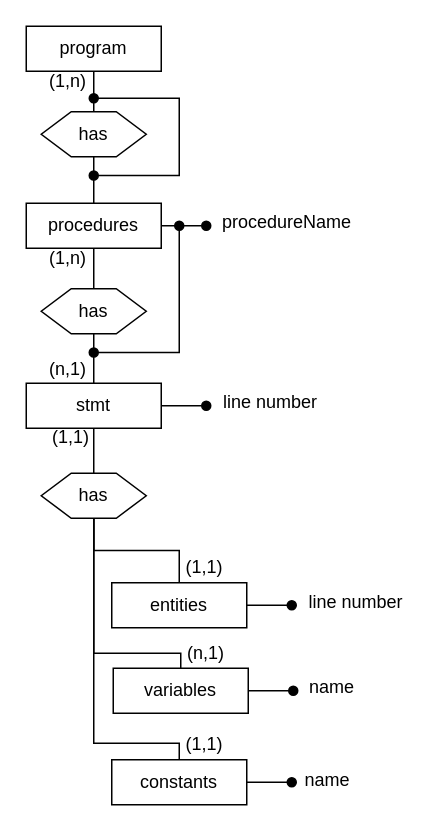
Release-the-Baby/Rtba2014 keeps this draw.io diagram as page "DBdesign" (7 of 7) of drawings/TopDesign.drawio. Above is the earlier version. Source tidied: cells renumbered, new cells numbered last; positions are measured from the earlier drawing's top-left corner, leaving out a move shared by most shapes. Both pictures are drawn from the tidied source at 150%, with x=0, y=0 at pixel (26, 26).
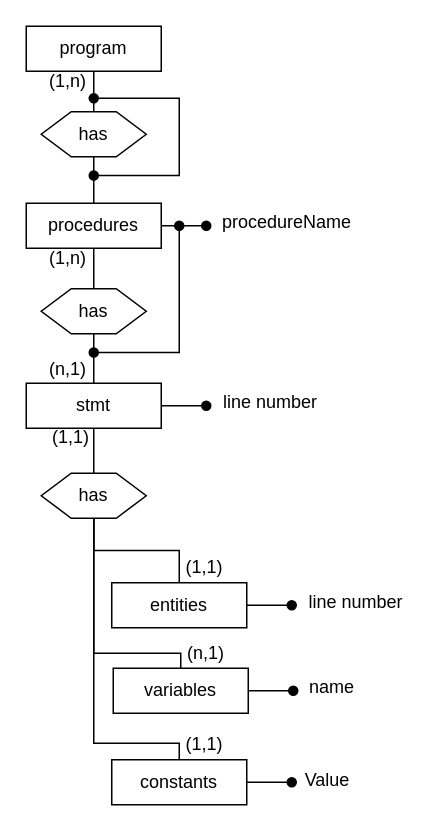
The same page after the edit.

Change to the diagram source:
```diff
@@
-    <mxCell id="30" value="name" style="text;html=1;strokeColor=none;fillColor=none;align=center;verticalAlign=middle;whiteSpace=wrap;rounded=0;" parent="1" vertex="1">
+    <mxCell id="30" value="Value" style="text;html=1;strokeColor=none;fillColor=none;align=center;verticalAlign=middle;whiteSpace=wrap;rounded=0;" parent="1" vertex="1">
       <mxGeometry x="182" y="488" width="38" height="30" as="geometry" />
     </mxCell>
```
